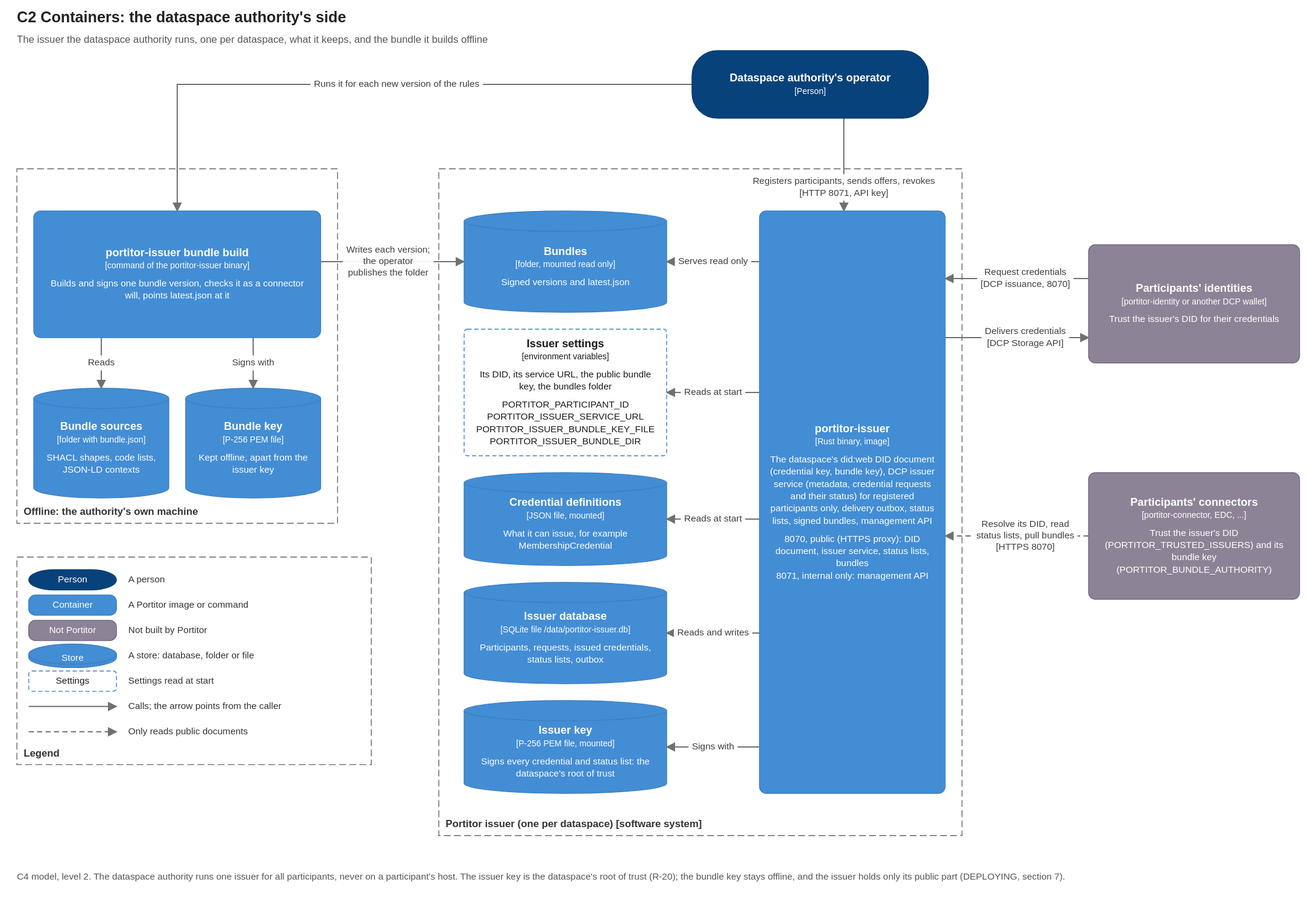
Above: docs/diagrams/c2-dataspace-authority-containers.drawio.svg in brunopacheco1/portitor (draw.io), before the change. Source tidied: cells renumbered, new cells last; positions are measured from the earlier drawing's top-left corner, leaving out a move shared by most shapes.
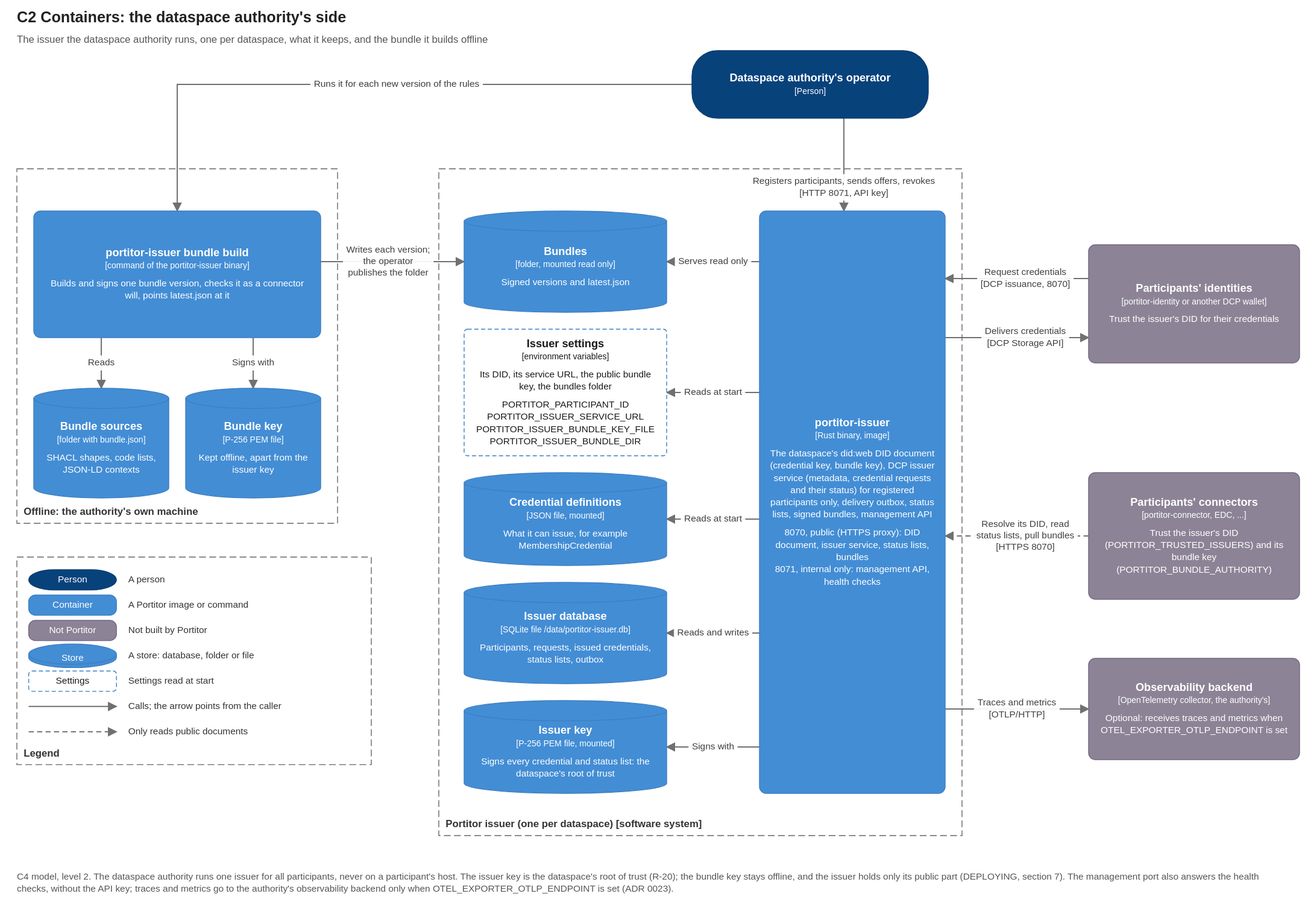
Above is the later version.

Commit message:
Diagrams for 0.9: health checks and the optional observability backend

Change to the diagram source:
```diff
@@ -84,7 +84,7 @@
     <mxCell id="25" value="&lt;b&gt;Bundle key&lt;/b&gt;&lt;br&gt;&lt;font style=&quot;font-size:10px&quot;&gt;[P-256 PEM file]&lt;/font&gt;&lt;br&gt;&lt;br&gt;&lt;font style=&quot;font-size:11px&quot;&gt;Kept offline, apart from the issuer key&lt;/font&gt;" style="shape=cylinder3;size=12;boundedLbl=1;whiteSpace=wrap;html=1;fillColor=#438DD5;strokeColor=#3C7FC0;fontColor=#FFFFFF;fontSize=13;align=center;verticalAlign=middle;c4Kind=database;c4Name=Bundle key;" parent="1" vertex="1">
       <mxGeometry x="200" y="450" width="160" height="130" as="geometry" />
     </mxCell>
-    <mxCell id="26" value="&lt;b&gt;portitor-issuer&lt;/b&gt;&lt;br&gt;&lt;font style=&quot;font-size:10px&quot;&gt;[Rust binary, image]&lt;/font&gt;&lt;br&gt;&lt;br&gt;&lt;font style=&quot;font-size:11px&quot;&gt;The dataspace&amp;#x27;s did:web DID document (credential key, bundle key), DCP issuer service (metadata, credential requests and their status) for registered participants only, delivery outbox, status lists, signed bundles, management API&lt;/font&gt;&lt;br&gt;&lt;br&gt;&lt;font style=&quot;font-size:11px&quot;&gt;8070, public (HTTPS proxy): DID document, issuer service, status lists, bundles&lt;/font&gt;&lt;br&gt;&lt;font style=&quot;font-size:11px&quot;&gt;8071, internal only: management API&lt;/font&gt;" style="rounded=1;arcSize=8;whiteSpace=wrap;html=1;fillColor=#438DD5;strokeColor=#3C7FC0;fontColor=#FFFFFF;fontSize=13;align=center;verticalAlign=middle;c4Kind=container;c4Name=portitor-issuer;" parent="1" vertex="1">
+    <mxCell id="26" value="&lt;b&gt;portitor-issuer&lt;/b&gt;&lt;br&gt;&lt;font style=&quot;font-size:10px&quot;&gt;[Rust binary, image]&lt;/font&gt;&lt;br&gt;&lt;br&gt;&lt;font style=&quot;font-size:11px&quot;&gt;The dataspace&amp;#x27;s did:web DID document (credential key, bundle key), DCP issuer service (metadata, credential requests and their status) for registered participants only, delivery outbox, status lists, signed bundles, management API&lt;/font&gt;&lt;br&gt;&lt;br&gt;&lt;font style=&quot;font-size:11px&quot;&gt;8070, public (HTTPS proxy): DID document, issuer service, status lists, bundles&lt;/font&gt;&lt;br&gt;&lt;font style=&quot;font-size:11px&quot;&gt;8071, internal only: management API, health checks&lt;/font&gt;" style="rounded=1;arcSize=8;whiteSpace=wrap;html=1;fillColor=#438DD5;strokeColor=#3C7FC0;fontColor=#FFFFFF;fontSize=13;align=center;verticalAlign=middle;c4Kind=container;c4Name=portitor-issuer;" parent="1" vertex="1">
       <mxGeometry x="880" y="240" width="220" height="690" as="geometry" />
     </mxCell>
     <mxCell id="27" value="&lt;b&gt;Bundles&lt;/b&gt;&lt;br&gt;&lt;font style=&quot;font-size:10px&quot;&gt;[folder, mounted read only]&lt;/font&gt;&lt;br&gt;&lt;br&gt;&lt;font style=&quot;font-size:11px&quot;&gt;Signed versions and latest.json&lt;/font&gt;" style="shape=cylinder3;size=12;boundedLbl=1;whiteSpace=wrap;html=1;fillColor=#438DD5;strokeColor=#3C7FC0;fontColor=#FFFFFF;fontSize=13;align=center;verticalAlign=middle;c4Kind=database;c4Name=Bundles;" parent="1" vertex="1">
@@ -144,8 +144,14 @@
     <mxCell id="45" value="Only reads public documents" style="text;html=1;align=left;verticalAlign=top;fontSize=11;fontStyle=0;fontColor=#333333;whiteSpace=wrap;" parent="1" vertex="1">
       <mxGeometry x="132" y="848" width="272" height="18.5" as="geometry" />
     </mxCell>
-    <mxCell id="46" value="C4 model, level 2. The dataspace authority runs one issuer for all participants, never on a participant's host. The issuer key is the dataspace's root of trust (R-20); the bundle key stays offline, and the issuer holds only its public part (DEPLOYING, section 7)." style="text;html=1;align=left;verticalAlign=top;fontSize=11;fontStyle=0;fontColor=#555555;whiteSpace=wrap;" parent="1" vertex="1">
-      <mxGeometry y="1020" width="1510" height="18.5" as="geometry" />
+    <mxCell id="46" value="C4 model, level 2. The dataspace authority runs one issuer for all participants, never on a participant's host. The issuer key is the dataspace's root of trust (R-20); the bundle key stays offline, and the issuer holds only its public part (DEPLOYING, section 7). The management port also answers the health checks, without the API key; traces and metrics go to the authority's observability backend only when OTEL_EXPORTER_OTLP_ENDPOINT is set (ADR 0023)." style="text;html=1;align=left;verticalAlign=top;fontSize=11;fontStyle=0;fontColor=#555555;whiteSpace=wrap;" parent="1" vertex="1">
+      <mxGeometry y="1020" width="1510" height="33" as="geometry" />
     </mxCell>
+    <mxCell id="47" value="&lt;b&gt;Observability backend&lt;/b&gt;&lt;br&gt;&lt;font style=&quot;font-size:10px&quot;&gt;[OpenTelemetry collector, the authority&amp;#x27;s]&lt;/font&gt;&lt;br&gt;&lt;br&gt;&lt;font style=&quot;font-size:11px&quot;&gt;Optional: receives traces and metrics when OTEL_EXPORTER_OTLP_ENDPOINT is set&lt;/font&gt;" style="rounded=1;arcSize=8;whiteSpace=wrap;html=1;fillColor=#8C8496;strokeColor=#736782;fontColor=#FFFFFF;fontSize=13;align=center;verticalAlign=middle;c4Kind=external;c4Name=Observability backend;" parent="1" vertex="1">
+      <mxGeometry x="1270" y="770" width="250" height="120" as="geometry" />
+    </mxCell>
+    <mxCell id="48" value="Traces and metrics&#10;[OTLP/HTTP]" style="endArrow=blockThin;endFill=1;html=1;rounded=0;strokeColor=#707070;fontSize=11;fontColor=#404040;labelBackgroundColor=#FFFFFF;exitX=1.000;exitY=0.855;exitPerimeter=0;entryX=0.000;entryY=0.500;entryPerimeter=0;" parent="1" edge="1" source="26" target="47">
+      <mxGeometry relative="1" as="geometry" />
+    </mxCell>
   </root>
 </mxGraphModel>
```
